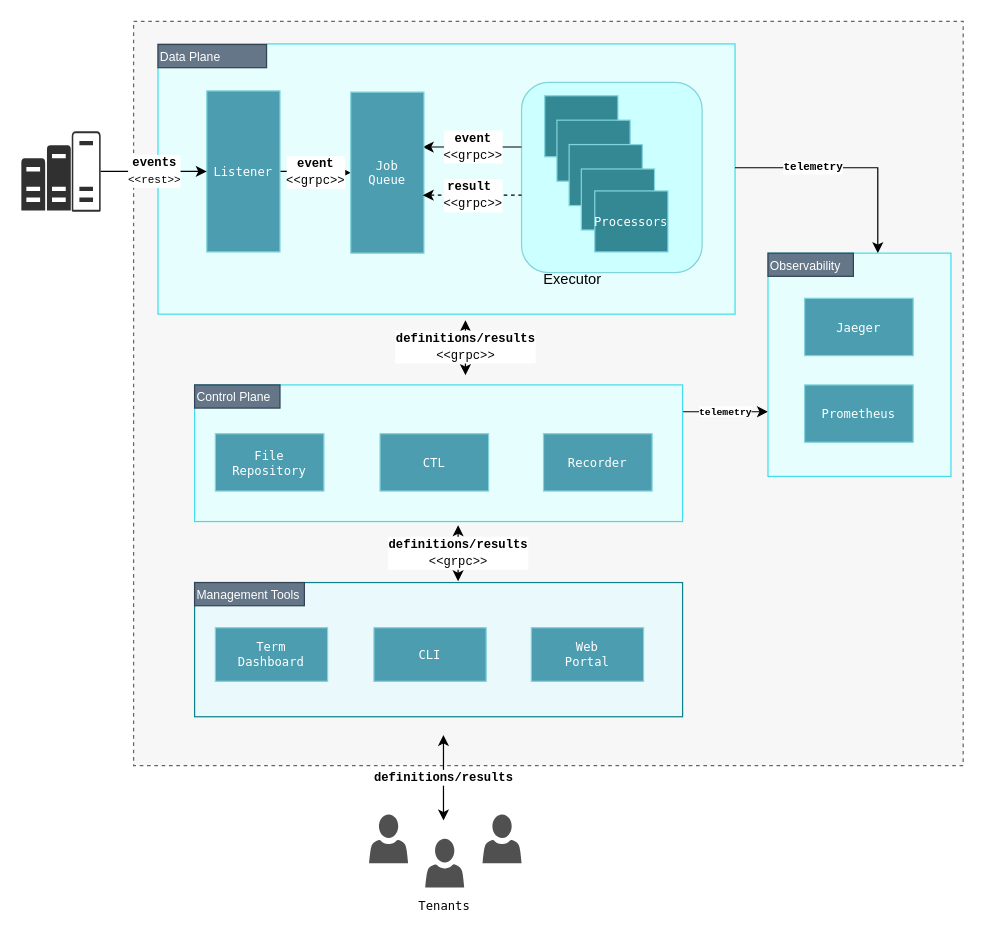
Before: page "Architecture" (1 of 14) of docs/Jobico.drawio in andrescosta/jobico-fn, a draw.io diagram. Source tidied: cells renumbered, new cells numbered last; positions are measured from the earlier drawing's top-left corner, leaving out a move shared by most shapes. Both pictures are drawn from the tidied source at 122%, with x=0, y=0 at pixel (21, 21).
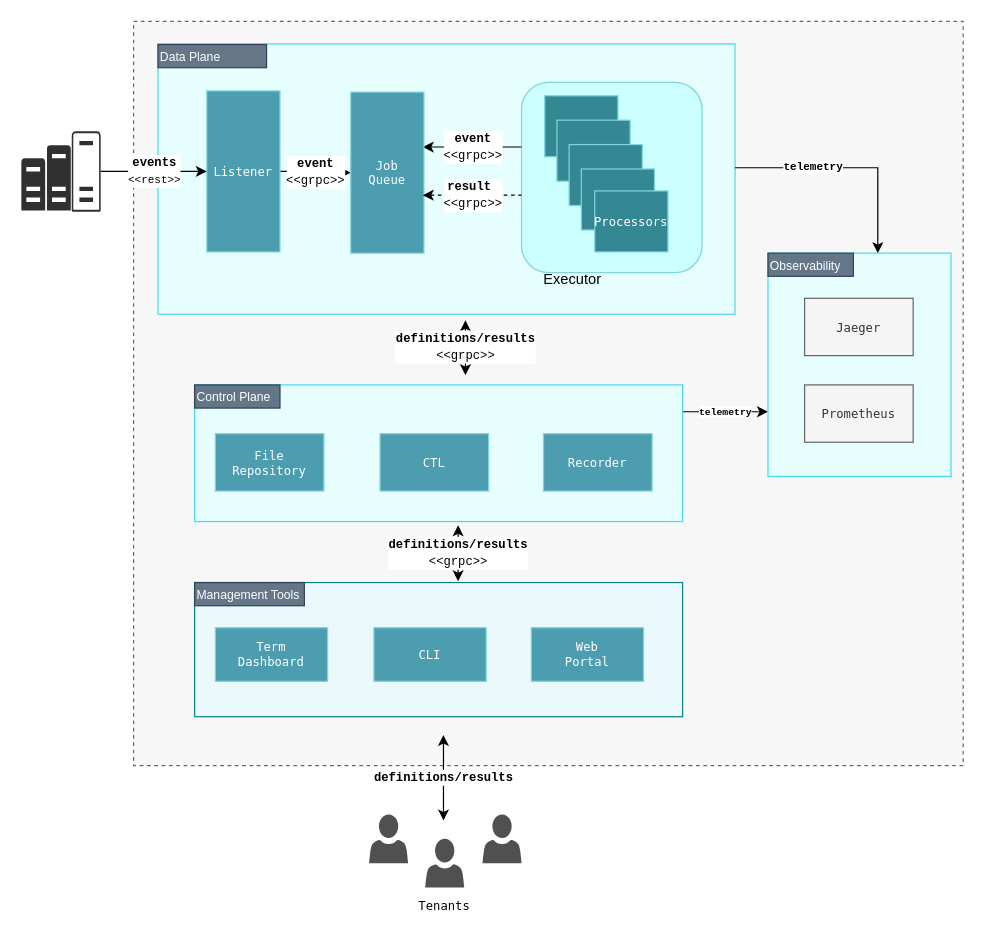
The same diagram, later.

Commit message (it also covers changes not shown here):
updated arch diagram

The edit, as a diff of the source:
```diff
@@
-    <mxCell id="40" value="Jaeger" style="rounded=0;whiteSpace=wrap;html=1;fillColor=#4D9DB0;strokeColor=#82D3DC;fontColor=#FFFFFF;align=center;verticalAlign=middle;fontFamily=Lucida Console;fontSize=10;" parent="1" vertex="1">
+    <mxCell id="40" value="Jaeger" style="rounded=0;whiteSpace=wrap;html=1;fillColor=#f5f5f5;strokeColor=#666666;align=center;verticalAlign=middle;fontFamily=Lucida Console;fontSize=10;fontColor=#333333;" parent="1" vertex="1">
       <mxGeometry x="642" y="227" width="89" height="47" as="geometry" />
     </mxCell>
-    <mxCell id="41" value="Prometheus" style="rounded=0;whiteSpace=wrap;html=1;fillColor=#4D9DB0;strokeColor=#82D3DC;fontColor=#FFFFFF;align=center;verticalAlign=middle;fontFamily=Lucida Console;fontSize=10;" parent="1" vertex="1">
+    <mxCell id="41" value="Prometheus" style="rounded=0;whiteSpace=wrap;html=1;fillColor=#f5f5f5;strokeColor=#666666;align=center;verticalAlign=middle;fontFamily=Lucida Console;fontSize=10;fontColor=#333333;" parent="1" vertex="1">
       <mxGeometry x="642" y="298" width="89" height="47" as="geometry" />
     </mxCell>
```
